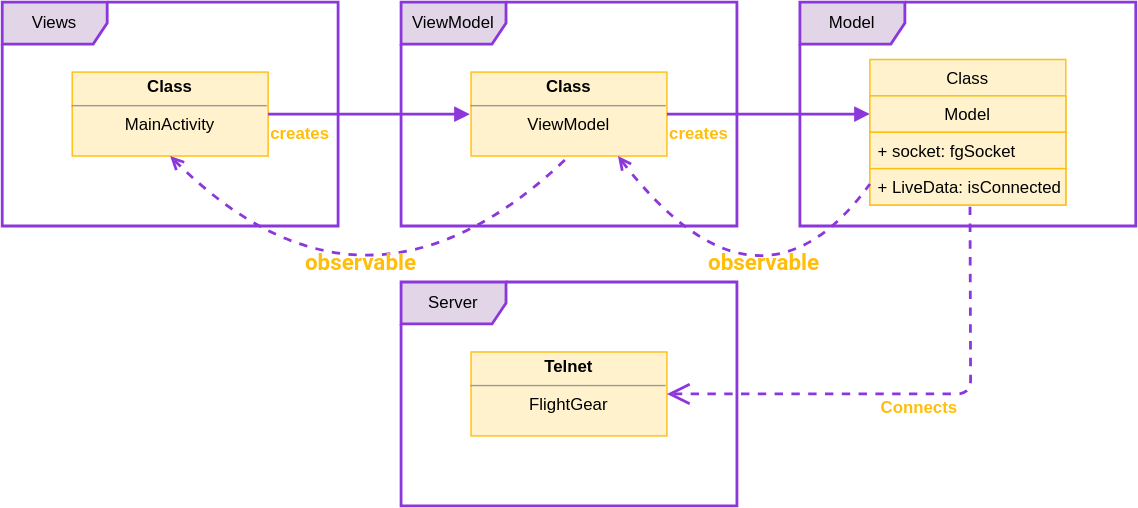
Above: docs/images/flyjoy_UML.svg in eyalmichon/FlyJoy (draw.io), before the change. Source tidied: cells renumbered, new cells last; positions are measured from the earlier drawing's top-left corner, leaving out a move shared by most shapes.
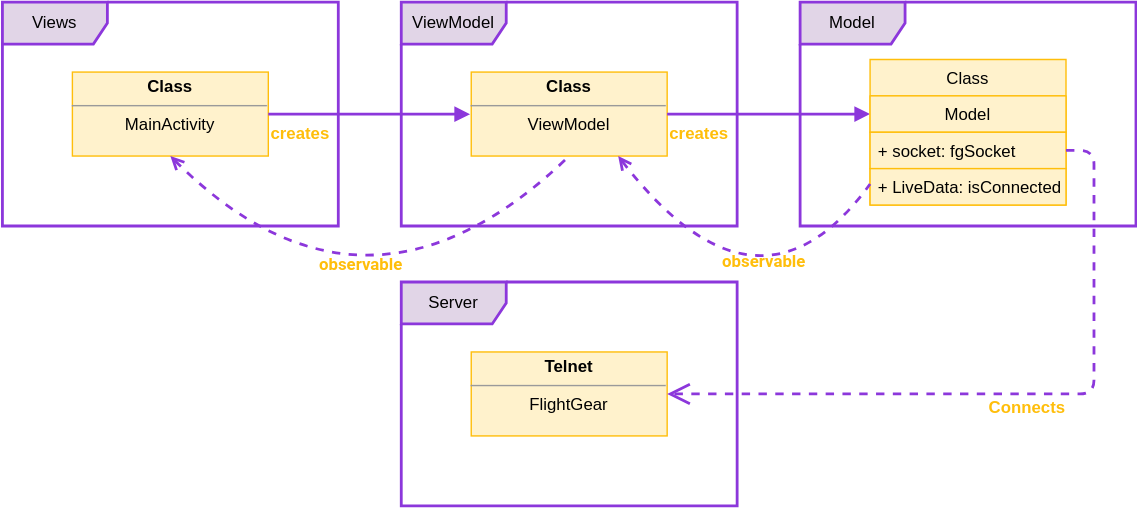
Above is the later version.

Change to the diagram source:
```diff
@@ -43,10 +43,11 @@
     <mxCell id="14" value="+ LiveData: isConnected" style="text;fillColor=#fff2cc;align=left;verticalAlign=top;spacingLeft=4;spacingRight=4;overflow=hidden;points=[[0,0.5],[1,0.5]];portConstraint=eastwest;strokeColor=#ffbe0b;" parent="11" vertex="1">
       <mxGeometry y="78" width="140" height="26" as="geometry" />
     </mxCell>
-    <mxCell id="15" value="Connects" style="endArrow=open;endSize=12;dashed=1;html=1;exitX=0.511;exitY=1.046;exitDx=0;exitDy=0;exitPerimeter=0;entryX=1;entryY=0.5;entryDx=0;entryDy=0;strokeColor=#8c37db;strokeWidth=2;labelBackgroundColor=none;labelBorderColor=none;fontSize=12;fontStyle=1;fontColor=#ffbe0b;" parent="1" edge="1" source="14" target="8">
+    <mxCell id="15" value="Connects" style="endArrow=open;endSize=12;dashed=1;html=1;exitX=1;exitY=0.5;exitDx=0;exitDy=0;entryX=1;entryY=0.5;entryDx=0;entryDy=0;strokeColor=#8c37db;strokeWidth=2;labelBackgroundColor=none;labelBorderColor=none;fontSize=12;fontStyle=1;fontColor=#ffbe0b;" parent="1" edge="1" source="13" target="8">
       <mxGeometry x="-0.03" y="10" relative="1" as="geometry">
         <Array as="points">
-          <mxPoint x="692" y="280" />
+          <mxPoint x="780" y="106" />
+          <mxPoint x="780" y="280" />
         </Array>
       </mxGeometry>
     </mxCell>
@@ -57,9 +58,9 @@
         </Array>
       </mxGeometry>
     </mxCell>
-    <mxCell id="17" value="&lt;span style=&quot;font-family: roboto, &amp;quot;noto sans&amp;quot;, &amp;quot;noto sans jp&amp;quot;, &amp;quot;noto sans kr&amp;quot;, &amp;quot;noto naskh arabic&amp;quot;, &amp;quot;noto sans thai&amp;quot;, &amp;quot;noto sans hebrew&amp;quot;, &amp;quot;noto sans bengali&amp;quot;, sans-serif; font-size: 16px;&quot;&gt;observable&lt;/span&gt;" style="edgeLabel;html=1;align=center;verticalAlign=middle;labelBackgroundColor=none;labelBorderColor=none;fontSize=12;fontStyle=1;fontColor=#FFBE0B;" parent="16" vertex="1">
+    <mxCell id="17" value="&lt;span style=&quot;font-family: roboto, &amp;quot;noto sans&amp;quot;, &amp;quot;noto sans jp&amp;quot;, &amp;quot;noto sans kr&amp;quot;, &amp;quot;noto naskh arabic&amp;quot;, &amp;quot;noto sans thai&amp;quot;, &amp;quot;noto sans hebrew&amp;quot;, &amp;quot;noto sans bengali&amp;quot;, sans-serif; font-size: 12px;&quot;&gt;observable&lt;/span&gt;" style="edgeLabel;html=1;align=center;verticalAlign=middle;labelBackgroundColor=none;labelBorderColor=none;fontSize=12;fontStyle=1;fontColor=#FFBE0B;" parent="16" vertex="1">
       <mxGeometry x="-0.25" y="49" relative="1" as="geometry">
-        <mxPoint x="-5" y="4" as="offset" />
+        <mxPoint x="-5" y="6" as="offset" />
       </mxGeometry>
     </mxCell>
     <mxCell id="18" style="endArrow=none;startArrow=open;endFill=0;startFill=0;html=1;dashed=1;exitX=0.75;exitY=1;exitDx=0;exitDy=0;curved=1;strokeColor=#8c37db;strokeWidth=2;" parent="1" edge="1" source="6">
@@ -70,7 +71,7 @@
         </Array>
       </mxGeometry>
     </mxCell>
-    <mxCell id="19" value="&lt;span style=&quot;font-family: roboto, &amp;quot;noto sans&amp;quot;, &amp;quot;noto sans jp&amp;quot;, &amp;quot;noto sans kr&amp;quot;, &amp;quot;noto naskh arabic&amp;quot;, &amp;quot;noto sans thai&amp;quot;, &amp;quot;noto sans hebrew&amp;quot;, &amp;quot;noto sans bengali&amp;quot;, sans-serif; font-size: 16px;&quot;&gt;observable&lt;/span&gt;" style="edgeLabel;html=1;align=center;verticalAlign=middle;labelBackgroundColor=none;labelBorderColor=none;fontSize=12;fontStyle=1;fontColor=#FFBE0B;" parent="18" vertex="1">
+    <mxCell id="19" value="&lt;span style=&quot;font-family: roboto, &amp;quot;noto sans&amp;quot;, &amp;quot;noto sans jp&amp;quot;, &amp;quot;noto sans kr&amp;quot;, &amp;quot;noto naskh arabic&amp;quot;, &amp;quot;noto sans thai&amp;quot;, &amp;quot;noto sans hebrew&amp;quot;, &amp;quot;noto sans bengali&amp;quot;, sans-serif; font-size: 12px;&quot;&gt;observable&lt;/span&gt;" style="edgeLabel;html=1;align=center;verticalAlign=middle;labelBackgroundColor=none;labelBorderColor=none;fontSize=12;fontStyle=1;fontColor=#FFBE0B;" parent="18" vertex="1">
       <mxGeometry x="-0.25" y="49" relative="1" as="geometry">
         <mxPoint x="-4" y="16" as="offset" />
       </mxGeometry>
```
